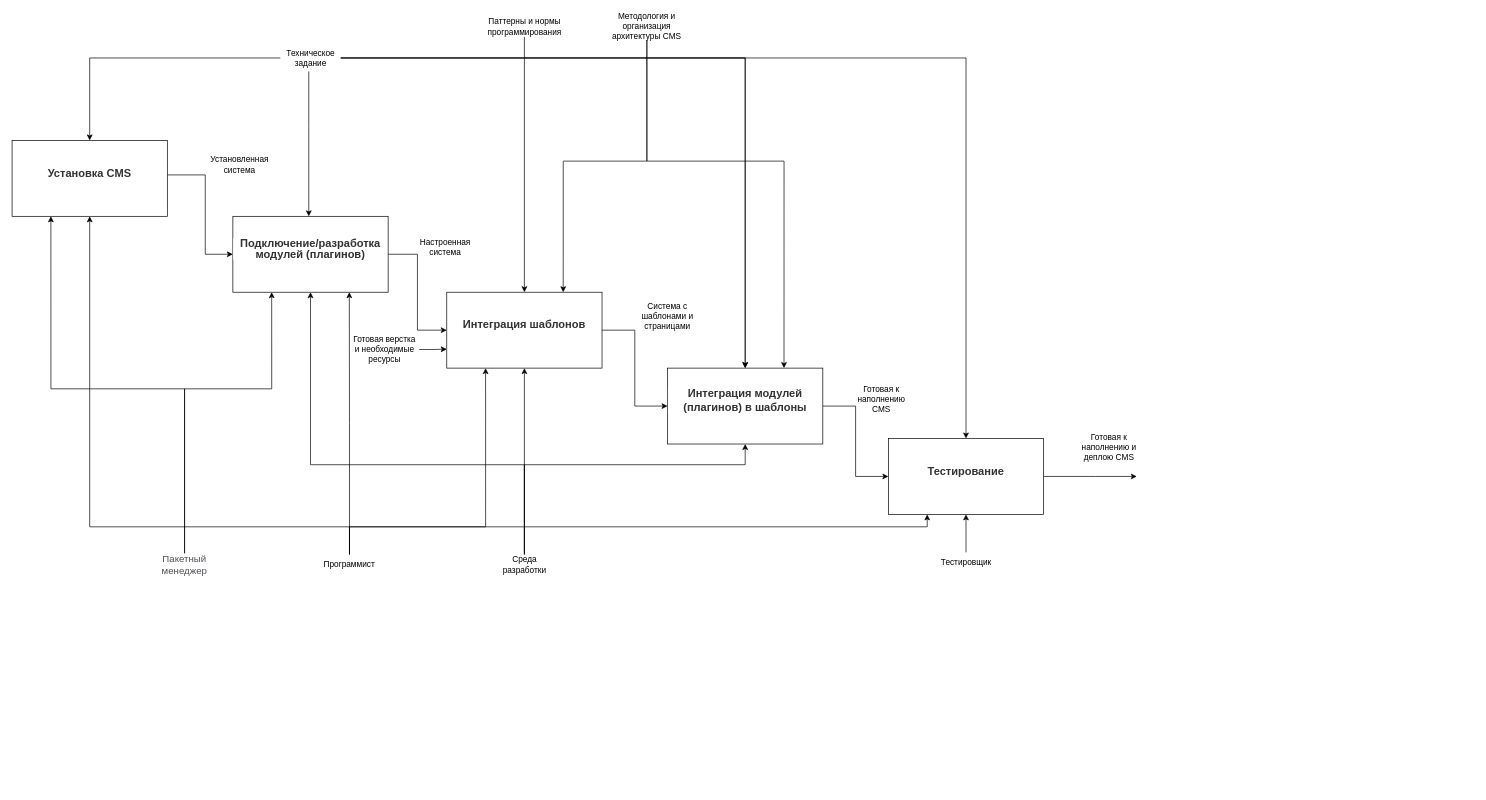
EmilDok/yaaaaaa keeps this draw.io diagram as idfe0.drawio. Above is the earlier version. Source tidied: cells renumbered, new cells numbered last; positions are measured from the earlier drawing's top-left corner, leaving out a move shared by most shapes. Both pictures are drawn from the tidied source at 69%, with x=0, y=0 at pixel (12, 12).
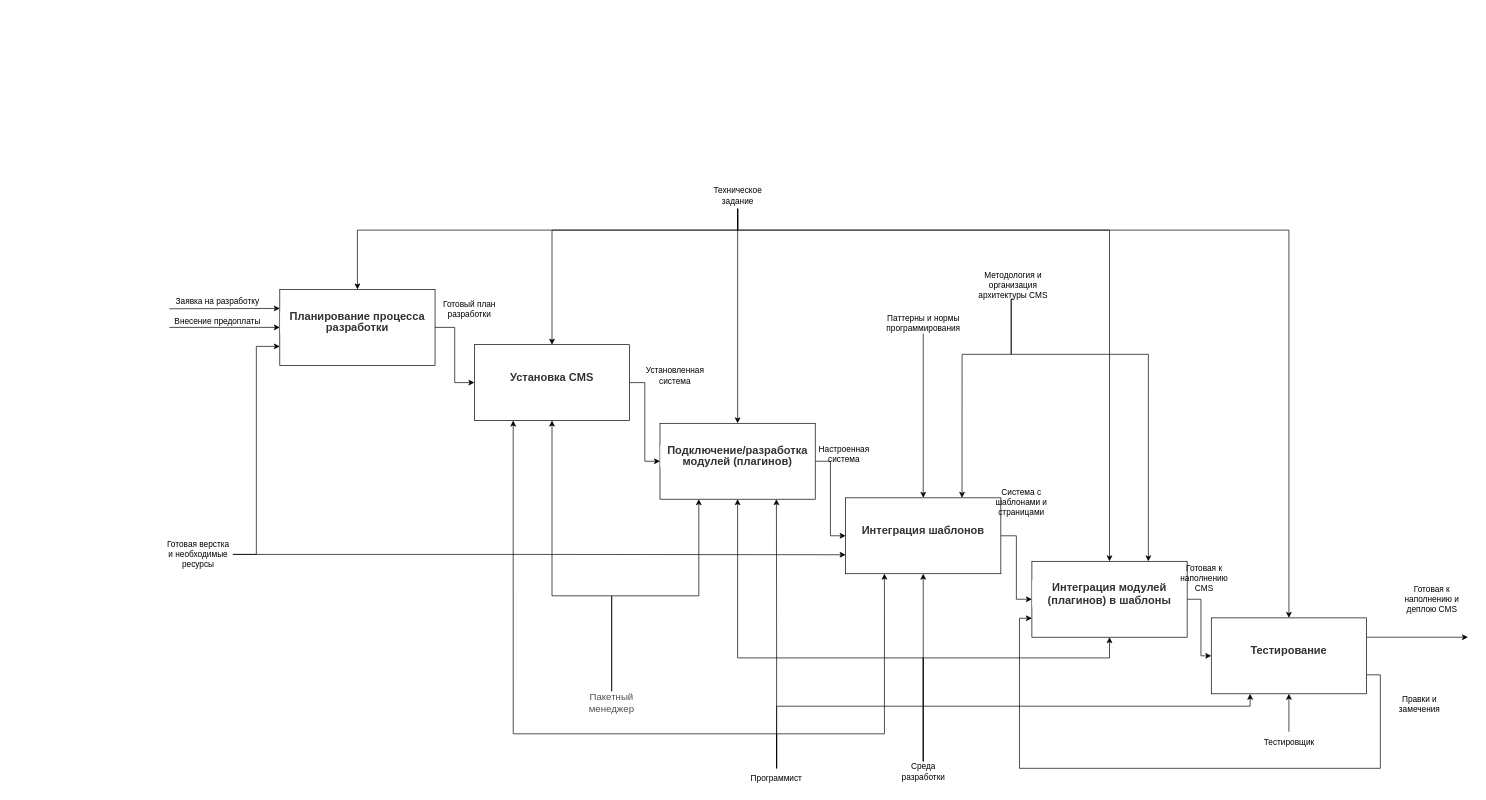
Above is the later version.

What changed in the source:
```diff
@@
-    <mxCell id="2" style="edgeStyle=orthogonalEdgeStyle;rounded=0;jettySize=auto;html=1;" parent="1" edge="1" source="3" target="13">
-      <mxGeometry relative="1" as="geometry">
-        <Array as="points">
-          <mxPoint x="280" y="235" />
-          <mxPoint x="280" y="350" />
-        </Array>
-      </mxGeometry>
+    <mxCell id="2" style="edgeStyle=orthogonalEdgeStyle;rounded=0;jettySize=auto;html=1;entryX=0;entryY=0.5;entryDx=0;entryDy=0;" parent="1" edge="1" source="3" target="13">
+      <mxGeometry relative="1" as="geometry" />
     </mxCell>
     <mxCell id="3" value="&lt;p style=&quot;box-sizing: border-box; margin: 0px 0px 1rem; padding: 0px; font-size: 16px; color: rgb(50, 50, 50); font-family: &amp;quot;Proxima Nova&amp;quot;, Helvetica, Arial, sans-serif; text-align: left; background-color: rgb(255, 255, 255); font-weight: bold !important; line-height: 1;&quot; class=&quot;font-bold&quot;&gt;Установка CMS&lt;/p&gt;" style="rounded=0;whiteSpace=wrap;html=1;" parent="1" vertex="1">
-      <mxGeometry y="185" width="225" height="110" as="geometry" />
+      <mxGeometry x="670" y="481" width="225" height="110" as="geometry" />
     </mxCell>
@@
-    <mxCell id="5" style="edgeStyle=orthogonalEdgeStyle;rounded=0;jettySize=auto;html=1;entryX=0.5;entryY=1;entryDx=0;entryDy=0;fontSize=16;" parent="1" edge="1" source="8" target="3">
+    <mxCell id="5" style="edgeStyle=orthogonalEdgeStyle;rounded=0;jettySize=auto;html=1;entryX=0.25;entryY=1;entryDx=0;entryDy=0;fontSize=16;" parent="1" edge="1" source="8" target="3">
       <mxGeometry relative="1" as="geometry">
         <Array as="points">
-          <mxPoint x="489" y="745" />
-          <mxPoint x="113" y="745" />
+          <mxPoint x="1108" y="1045" />
+          <mxPoint x="726" y="1045" />
         </Array>
       </mxGeometry>
     </mxCell>
     <mxCell id="6" style="edgeStyle=orthogonalEdgeStyle;rounded=0;jettySize=auto;html=1;entryX=0.25;entryY=1;entryDx=0;entryDy=0;fontSize=16;" parent="1" edge="1" source="8" target="16">
       <mxGeometry relative="1" as="geometry">
         <Array as="points">
-          <mxPoint x="489" y="745" />
-          <mxPoint x="686" y="745" />
+          <mxPoint x="1108" y="1045" />
+          <mxPoint x="1264" y="1045" />
         </Array>
       </mxGeometry>
     </mxCell>
     <mxCell id="7" style="edgeStyle=orthogonalEdgeStyle;rounded=0;jettySize=auto;html=1;entryX=0.25;entryY=1;entryDx=0;entryDy=0;fontSize=16;" parent="1" edge="1" source="8" target="20">
       <mxGeometry relative="1" as="geometry">
         <Array as="points">
-          <mxPoint x="489" y="745" />
-          <mxPoint x="1326" y="745" />
+          <mxPoint x="1108" y="1005" />
+          <mxPoint x="1794" y="1005" />
         </Array>
       </mxGeometry>
     </mxCell>
     <mxCell id="8" value="Программист" style="text;html=1;strokeColor=none;fillColor=none;align=center;verticalAlign=middle;whiteSpace=wrap;rounded=0;" parent="1" vertex="1">
-      <mxGeometry x="439" y="785" width="100" height="30" as="geometry" />
+      <mxGeometry x="1058" y="1095" width="100" height="30" as="geometry" />
     </mxCell>
+    <mxCell id="10" style="edgeStyle=orthogonalEdgeStyle;rounded=0;jettySize=auto;html=1;entryX=0.25;entryY=1;entryDx=0;entryDy=0;fontSize=16;" parent="1" edge="1" source="11" target="13">
+      <mxGeometry relative="1" as="geometry">
+        <Array as="points">
+          <mxPoint x="869" y="845" />
+          <mxPoint x="995" y="845" />
+        </Array>
+      </mxGeometry>
+    </mxCell>
-    <mxCell id="9" style="edgeStyle=orthogonalEdgeStyle;rounded=0;jettySize=auto;html=1;entryX=0.25;entryY=1;entryDx=0;entryDy=0;fontSize=16;" parent="1" edge="1" source="11" target="3">
+    <mxCell id="9" style="edgeStyle=orthogonalEdgeStyle;rounded=0;jettySize=auto;html=1;entryX=0.5;entryY=1;entryDx=0;entryDy=0;" parent="1" edge="1" source="11" target="3">
       <mxGeometry relative="1" as="geometry">
         <Array as="points">
-          <mxPoint x="250" y="545" />
-          <mxPoint x="56" y="545" />
+          <mxPoint x="869" y="845" />
+          <mxPoint x="782" y="845" />
         </Array>
       </mxGeometry>
     </mxCell>
-    <mxCell id="10" style="edgeStyle=orthogonalEdgeStyle;rounded=0;jettySize=auto;html=1;entryX=0.25;entryY=1;entryDx=0;entryDy=0;fontSize=16;" parent="1" edge="1" source="11" target="13">
-      <mxGeometry relative="1" as="geometry">
-        <Array as="points">
-          <mxPoint x="250" y="545" />
-          <mxPoint x="376" y="545" />
-        </Array>
-      </mxGeometry>
-    </mxCell>
     <mxCell id="11" value="&lt;span style=&quot;color: rgb(77, 81, 86); font-family: arial, sans-serif; font-size: 14px; text-align: left; background-color: rgb(255, 255, 255);&quot;&gt;Пакетный менеджер&lt;/span&gt;" style="text;html=1;strokeColor=none;fillColor=none;align=center;verticalAlign=middle;whiteSpace=wrap;rounded=0;" parent="1" vertex="1">
-      <mxGeometry x="200" y="785" width="100" height="30" as="geometry" />
+      <mxGeometry x="819" y="985" width="100" height="30" as="geometry" />
     </mxCell>
@@
     <mxCell id="13" value="&lt;p style=&quot;box-sizing: border-box; margin: 0px 0px 1rem; padding: 0px; font-size: 16px; color: rgb(50, 50, 50); font-family: &amp;quot;Proxima Nova&amp;quot;, Helvetica, Arial, sans-serif; background-color: rgb(255, 255, 255); line-height: 1; font-weight: bold !important;&quot; class=&quot;font-bold&quot;&gt;Подключение/разработка модулей (плагинов)&lt;br style=&quot;font-size: 16px;&quot;&gt;&lt;/p&gt;" style="rounded=0;whiteSpace=wrap;html=1;align=center;verticalAlign=middle;fontSize=16;" parent="1" vertex="1">
-      <mxGeometry x="320" y="295" width="225" height="110" as="geometry" />
+      <mxGeometry x="939" y="595" width="225" height="110" as="geometry" />
     </mxCell>
     <mxCell id="14" value="Установленная система" style="text;html=1;strokeColor=none;fillColor=none;align=center;verticalAlign=middle;whiteSpace=wrap;rounded=0;" parent="1" vertex="1">
-      <mxGeometry x="280" y="205" width="100" height="30" as="geometry" />
+      <mxGeometry x="911" y="511" width="100" height="30" as="geometry" />
     </mxCell>
@@
     <mxCell id="16" value="&lt;p style=&quot;box-sizing: border-box; margin: 0px 0px 1rem; padding: 0px; font-size: 16px; color: rgb(50, 50, 50); font-family: &amp;quot;Proxima Nova&amp;quot;, Helvetica, Arial, sans-serif; text-align: left; background-color: rgb(255, 255, 255); font-weight: bold !important;&quot; class=&quot;font-bold&quot;&gt;Интеграция шаблонов&lt;/p&gt;" style="rounded=0;whiteSpace=wrap;html=1;" parent="1" vertex="1">
-      <mxGeometry x="630" y="405" width="225" height="110" as="geometry" />
+      <mxGeometry x="1208" y="703" width="225" height="110" as="geometry" />
     </mxCell>
     <mxCell id="17" style="edgeStyle=orthogonalEdgeStyle;rounded=0;jettySize=auto;html=1;fontSize=16;" parent="1" edge="1" source="18" target="20">
-      <mxGeometry relative="1" as="geometry" />
+      <mxGeometry relative="1" as="geometry">
+        <Array as="points">
+          <mxPoint x="1723" y="850" />
+          <mxPoint x="1723" y="932" />
+        </Array>
+      </mxGeometry>
     </mxCell>
     <mxCell id="18" value="&lt;p style=&quot;box-sizing: border-box; margin: 0px 0px 1rem; padding: 0px; font-size: 16px; color: rgb(50, 50, 50); font-family: &amp;quot;Proxima Nova&amp;quot;, Helvetica, Arial, sans-serif; background-color: rgb(255, 255, 255); font-weight: bold !important;&quot; class=&quot;font-bold&quot;&gt;Интеграция модулей (плагинов) в шаблоны&lt;br&gt;&lt;/p&gt;" style="rounded=0;whiteSpace=wrap;html=1;align=center;" parent="1" vertex="1">
-      <mxGeometry x="950" y="515" width="225" height="110" as="geometry" />
+      <mxGeometry x="1478" y="795" width="225" height="110" as="geometry" />
     </mxCell>
-    <mxCell id="19" style="edgeStyle=orthogonalEdgeStyle;rounded=0;jettySize=auto;html=1;fontSize=16;" parent="1" edge="1" source="20">
+    <mxCell id="19" style="edgeStyle=orthogonalEdgeStyle;rounded=0;jettySize=auto;html=1;fontSize=16;exitX=1;exitY=0.25;exitDx=0;exitDy=0;" parent="1" edge="1" source="20">
       <mxGeometry relative="1" as="geometry">
-        <mxPoint x="1630" y="672" as="targetPoint" />
+        <mxPoint x="2110" y="905" as="targetPoint" />
         <Array as="points">
-          <mxPoint x="1570" y="672" />
-          <mxPoint x="1570" y="672" />
+          <mxPoint x="2110" y="905" />
         </Array>
       </mxGeometry>
     </mxCell>
+    <mxCell id="44" style="edgeStyle=orthogonalEdgeStyle;rounded=0;jettySize=auto;html=1;exitX=1;exitY=0.75;exitDx=0;exitDy=0;entryX=0;entryY=0.75;entryDx=0;entryDy=0;" parent="1" edge="1" source="20" target="18">
+      <mxGeometry relative="1" as="geometry">
+        <Array as="points">
+          <mxPoint x="1983" y="960" />
+          <mxPoint x="1983" y="1095" />
+          <mxPoint x="1460" y="1095" />
+          <mxPoint x="1460" y="878" />
+        </Array>
+      </mxGeometry>
+    </mxCell>
     <mxCell id="20" value="&lt;p style=&quot;box-sizing: border-box; margin: 0px 0px 1rem; padding: 0px; font-size: 16px; color: rgb(50, 50, 50); font-family: &amp;quot;Proxima Nova&amp;quot;, Helvetica, Arial, sans-serif; text-align: left; background-color: rgb(255, 255, 255); font-weight: bold !important;&quot; class=&quot;font-bold&quot;&gt;Тестирование&lt;br&gt;&lt;/p&gt;" style="rounded=0;whiteSpace=wrap;html=1;" parent="1" vertex="1">
-      <mxGeometry x="1270" y="617" width="225" height="110" as="geometry" />
+      <mxGeometry x="1738" y="877" width="225" height="110" as="geometry" />
     </mxCell>
     <mxCell id="21" value="Настроенная&lt;br&gt;система" style="text;html=1;strokeColor=none;fillColor=none;align=center;verticalAlign=middle;whiteSpace=wrap;rounded=0;" parent="1" vertex="1">
-      <mxGeometry x="577.5" y="325" width="100" height="30" as="geometry" />
+      <mxGeometry x="1155.5" y="625" width="100" height="30" as="geometry" />
     </mxCell>
-    <mxCell id="22" style="edgeStyle=orthogonalEdgeStyle;rounded=0;jettySize=auto;html=1;fontSize=16;" parent="1" edge="1" source="27" target="13">
+    <mxCell id="22" style="edgeStyle=orthogonalEdgeStyle;rounded=0;jettySize=auto;html=1;fontSize=16;exitX=0.5;exitY=1;exitDx=0;exitDy=0;" parent="1" edge="1" source="27" target="13">
       <mxGeometry relative="1" as="geometry">
         <Array as="points">
-          <mxPoint x="430" y="165" />
-          <mxPoint x="430" y="165" />
+          <mxPoint x="1051" y="284" />
         </Array>
       </mxGeometry>
     </mxCell>
-    <mxCell id="23" style="edgeStyle=orthogonalEdgeStyle;rounded=0;jettySize=auto;html=1;entryX=0.5;entryY=0;entryDx=0;entryDy=0;fontSize=16;" parent="1" edge="1" source="27" target="20">
-      <mxGeometry relative="1" as="geometry" />
+    <mxCell id="23" style="edgeStyle=orthogonalEdgeStyle;rounded=0;jettySize=auto;html=1;entryX=0.5;entryY=0;entryDx=0;entryDy=0;fontSize=16;exitX=0.5;exitY=1;exitDx=0;exitDy=0;" parent="1" edge="1" source="27" target="20">
+      <mxGeometry relative="1" as="geometry">
+        <Array as="points">
+          <mxPoint x="1051" y="315" />
+          <mxPoint x="1850" y="315" />
+        </Array>
+      </mxGeometry>
     </mxCell>
-    <mxCell id="24" style="edgeStyle=orthogonalEdgeStyle;rounded=0;jettySize=auto;html=1;entryX=0.5;entryY=0;entryDx=0;entryDy=0;fontSize=16;" parent="1" edge="1" source="27" target="18">
-      <mxGeometry relative="1" as="geometry" />
-    </mxCell>
-    <mxCell id="25" style="edgeStyle=orthogonalEdgeStyle;rounded=0;jettySize=auto;html=1;entryX=0.5;entryY=0;entryDx=0;entryDy=0;fontSize=16;" parent="1" edge="1" source="27" target="18">
-      <mxGeometry relative="1" as="geometry" />
+    <mxCell id="25" style="edgeStyle=orthogonalEdgeStyle;rounded=0;jettySize=auto;html=1;entryX=0.5;entryY=0;entryDx=0;entryDy=0;fontSize=16;exitX=0.5;exitY=1;exitDx=0;exitDy=0;" parent="1" edge="1" source="27" target="18">
+      <mxGeometry relative="1" as="geometry">
+        <Array as="points">
+          <mxPoint x="1051" y="315" />
+          <mxPoint x="1591" y="315" />
+        </Array>
+      </mxGeometry>
     </mxCell>
-    <mxCell id="26" style="edgeStyle=orthogonalEdgeStyle;rounded=0;jettySize=auto;html=1;entryX=0.5;entryY=0;entryDx=0;entryDy=0;fontSize=16;" parent="1" edge="1" source="27" target="3">
-      <mxGeometry relative="1" as="geometry" />
+    <mxCell id="26" style="edgeStyle=orthogonalEdgeStyle;rounded=0;jettySize=auto;html=1;entryX=0.5;entryY=0;entryDx=0;entryDy=0;fontSize=16;exitX=0.5;exitY=1;exitDx=0;exitDy=0;" parent="1" edge="1" source="27" target="3">
+      <mxGeometry relative="1" as="geometry">
+        <Array as="points">
+          <mxPoint x="1051" y="315" />
+          <mxPoint x="783" y="315" />
+        </Array>
+      </mxGeometry>
     </mxCell>
+    <mxCell id="45" style="edgeStyle=orthogonalEdgeStyle;rounded=0;jettySize=auto;html=1;entryX=0.5;entryY=0;entryDx=0;entryDy=0;exitX=0.5;exitY=1;exitDx=0;exitDy=0;" parent="1" edge="1" source="27" target="48">
+      <mxGeometry relative="1" as="geometry">
+        <Array as="points">
+          <mxPoint x="1051" y="315" />
+          <mxPoint x="501" y="315" />
+        </Array>
+      </mxGeometry>
+    </mxCell>
     <mxCell id="27" value="Техническое задание" style="text;html=1;strokeColor=none;fillColor=none;align=center;verticalAlign=middle;whiteSpace=wrap;rounded=0;" parent="1" vertex="1">
-      <mxGeometry x="388.8" y="46" width="87.5" height="39" as="geometry" />
+      <mxGeometry x="1007.8" y="245" width="87.5" height="39" as="geometry" />
     </mxCell>
-    <mxCell id="28" style="edgeStyle=orthogonalEdgeStyle;rounded=0;jettySize=auto;html=1;entryX=0.5;entryY=0;entryDx=0;entryDy=0;fontSize=16;" parent="1" edge="1" source="29" target="16">
+    <mxCell id="28" style="edgeStyle=orthogonalEdgeStyle;rounded=0;jettySize=auto;html=1;entryX=0.5;entryY=0;entryDx=0;entryDy=0;" parent="1" edge="1" source="29" target="16">
       <mxGeometry relative="1" as="geometry" />
     </mxCell>
     <mxCell id="29" value="Паттерны и нормы программирования" style="text;html=1;strokeColor=none;fillColor=none;align=center;verticalAlign=middle;whiteSpace=wrap;rounded=0;" parent="1" vertex="1">
-      <mxGeometry x="677.5" y="5" width="130" height="30" as="geometry" />
+      <mxGeometry x="1255.5" y="435" width="130" height="30" as="geometry" />
     </mxCell>
     <mxCell id="30" value="Система с шаблонами и страницами" style="text;html=1;strokeColor=none;fillColor=none;align=center;verticalAlign=middle;whiteSpace=wrap;rounded=0;" parent="1" vertex="1">
-      <mxGeometry x="900" y="425" width="100" height="30" as="geometry" />
+      <mxGeometry x="1413" y="695" width="100" height="30" as="geometry" />
     </mxCell>
     <mxCell id="31" value="Готовая к наполнению CMS" style="text;html=1;strokeColor=none;fillColor=none;align=center;verticalAlign=middle;whiteSpace=wrap;rounded=0;" parent="1" vertex="1">
-      <mxGeometry x="1210" y="545" width="100" height="30" as="geometry" />
+      <mxGeometry x="1678" y="805" width="100" height="30" as="geometry" />
     </mxCell>
     <mxCell id="32" value="Готовая к наполнению и деплою CMS" style="text;html=1;strokeColor=none;fillColor=none;align=center;verticalAlign=middle;whiteSpace=wrap;rounded=0;" parent="1" vertex="1">
-      <mxGeometry x="1540" y="615" width="100" height="30" as="geometry" />
+      <mxGeometry x="2008" y="835" width="100" height="30" as="geometry" />
     </mxCell>
@@
     <mxCell id="34" value="Тестировщик" style="text;html=1;strokeColor=none;fillColor=none;align=center;verticalAlign=middle;whiteSpace=wrap;rounded=0;" parent="1" vertex="1">
-      <mxGeometry x="1332.5" y="782" width="100" height="30" as="geometry" />
+      <mxGeometry x="1800.5" y="1042" width="100" height="30" as="geometry" />
     </mxCell>
@@
+    <mxCell id="46" style="edgeStyle=orthogonalEdgeStyle;rounded=0;jettySize=auto;html=1;entryX=0;entryY=0.75;entryDx=0;entryDy=0;" parent="1" edge="1" source="36" target="48">
+      <mxGeometry relative="1" as="geometry" />
+    </mxCell>
     <mxCell id="36" value="Готовая верстка и необходимые ресурсы" style="text;html=1;strokeColor=none;fillColor=none;align=center;verticalAlign=middle;whiteSpace=wrap;rounded=0;" parent="1" vertex="1">
-      <mxGeometry x="490" y="473" width="100" height="30" as="geometry" />
+      <mxGeometry x="220" y="770" width="100" height="30" as="geometry" />
     </mxCell>
-    <mxCell id="37" style="edgeStyle=orthogonalEdgeStyle;rounded=0;jettySize=auto;html=1;entryX=0.75;entryY=0;entryDx=0;entryDy=0;fontSize=16;" parent="1" edge="1" source="39" target="16">
+    <mxCell id="37" style="edgeStyle=orthogonalEdgeStyle;rounded=0;jettySize=auto;html=1;entryX=0.75;entryY=0;entryDx=0;entryDy=0;fontSize=16;exitX=0.5;exitY=1;exitDx=0;exitDy=0;" parent="1" edge="1" source="39" target="16">
       <mxGeometry relative="1" as="geometry">
         <Array as="points">
-          <mxPoint x="920" y="215" />
-          <mxPoint x="799" y="215" />
+          <mxPoint x="1448" y="495" />
+          <mxPoint x="1377" y="495" />
         </Array>
       </mxGeometry>
     </mxCell>
-    <mxCell id="38" style="edgeStyle=orthogonalEdgeStyle;rounded=0;jettySize=auto;html=1;entryX=0.75;entryY=0;entryDx=0;entryDy=0;fontSize=16;" parent="1" edge="1" source="39" target="18">
+    <mxCell id="38" style="edgeStyle=orthogonalEdgeStyle;rounded=0;jettySize=auto;html=1;entryX=0.75;entryY=0;entryDx=0;entryDy=0;fontSize=16;exitX=0.5;exitY=1;exitDx=0;exitDy=0;" parent="1" edge="1" source="39" target="18">
       <mxGeometry relative="1" as="geometry">
         <Array as="points">
-          <mxPoint x="920" y="215" />
-          <mxPoint x="1119" y="215" />
+          <mxPoint x="1448" y="495" />
+          <mxPoint x="1647" y="495" />
         </Array>
       </mxGeometry>
     </mxCell>
     <mxCell id="39" value="Методология и организация архитектуры CMS" style="text;html=1;strokeColor=none;fillColor=none;align=center;verticalAlign=middle;whiteSpace=wrap;rounded=0;" parent="1" vertex="1">
-      <mxGeometry x="855" width="130" height="40" as="geometry" />
+      <mxGeometry x="1385.5" y="375" width="130" height="40" as="geometry" />
     </mxCell>
@@
     <mxCell id="41" style="edgeStyle=orthogonalEdgeStyle;rounded=0;jettySize=auto;html=1;entryX=0.5;entryY=1;entryDx=0;entryDy=0;fontSize=16;" parent="1" edge="1" source="43" target="13">
       <mxGeometry relative="1" as="geometry">
         <Array as="points">
-          <mxPoint x="743" y="655" />
-          <mxPoint x="433" y="655" />
+          <mxPoint x="1321" y="935" />
+          <mxPoint x="1052" y="935" />
         </Array>
       </mxGeometry>
     </mxCell>
     <mxCell id="42" style="edgeStyle=orthogonalEdgeStyle;rounded=0;jettySize=auto;html=1;entryX=0.5;entryY=1;entryDx=0;entryDy=0;fontSize=16;" parent="1" edge="1" source="43" target="18">
       <mxGeometry relative="1" as="geometry">
         <Array as="points">
-          <mxPoint x="743" y="655" />
-          <mxPoint x="1063" y="655" />
+          <mxPoint x="1321" y="935" />
+          <mxPoint x="1591" y="935" />
         </Array>
       </mxGeometry>
     </mxCell>
     <mxCell id="43" value="Среда разработки&lt;br&gt;" style="text;html=1;strokeColor=none;fillColor=none;align=center;verticalAlign=middle;whiteSpace=wrap;rounded=0;" parent="1" vertex="1">
-      <mxGeometry x="692.5" y="785" width="100" height="30" as="geometry" />
+      <mxGeometry x="1270.5" y="1085" width="100" height="30" as="geometry" />
     </mxCell>
+    <mxCell id="47" style="edgeStyle=orthogonalEdgeStyle;rounded=0;jettySize=auto;html=1;entryX=0;entryY=0.5;entryDx=0;entryDy=0;" parent="1" edge="1" source="48" target="3">
+      <mxGeometry relative="1" as="geometry" />
+    </mxCell>
+    <mxCell id="48" value="&lt;p style=&quot;box-sizing: border-box; margin: 0px 0px 1rem; padding: 0px; font-size: 16px; color: rgb(50, 50, 50); font-family: &amp;quot;Proxima Nova&amp;quot;, Helvetica, Arial, sans-serif; background-color: rgb(255, 255, 255); line-height: 1; font-weight: bold !important;&quot; class=&quot;font-bold&quot;&gt;Планирование процесса разработки&lt;/p&gt;" style="rounded=0;whiteSpace=wrap;html=1;align=center;" parent="1" vertex="1">
+      <mxGeometry x="388" y="401" width="225" height="110" as="geometry" />
+    </mxCell>
+    <mxCell id="49" style="endArrow=classic;html=1;rounded=0;entryX=0;entryY=0.5;entryDx=0;entryDy=0;" parent="1" edge="1" target="48">
+      <mxGeometry relative="1" as="geometry">
+        <mxPoint x="228" y="456" as="sourcePoint" />
+      </mxGeometry>
+    </mxCell>
+    <mxCell id="50" style="endArrow=classic;html=1;rounded=0;entryX=0;entryY=0.25;entryDx=0;entryDy=0;" parent="1" edge="1" target="48">
+      <mxGeometry relative="1" as="geometry">
+        <mxPoint x="228" y="429" as="sourcePoint" />
+      </mxGeometry>
+    </mxCell>
+    <mxCell id="51" value="Готовый план&lt;br&gt;разработки" style="text;html=1;strokeColor=none;fillColor=none;align=center;verticalAlign=middle;whiteSpace=wrap;rounded=0;" parent="1" vertex="1">
+      <mxGeometry x="613" y="415" width="100" height="30" as="geometry" />
+    </mxCell>
+    <mxCell id="52" value="Заявка на разработку" style="text;html=1;strokeColor=none;fillColor=none;align=center;verticalAlign=middle;whiteSpace=wrap;rounded=0;" parent="1" vertex="1">
+      <mxGeometry x="228" y="404" width="140" height="30" as="geometry" />
+    </mxCell>
+    <mxCell id="53" value="Внесение предоплаты" style="text;html=1;strokeColor=none;fillColor=none;align=center;verticalAlign=middle;whiteSpace=wrap;rounded=0;" parent="1" vertex="1">
+      <mxGeometry x="228" y="433" width="140" height="30" as="geometry" />
+    </mxCell>
+    <mxCell id="54" value="Правки и замечения" style="text;html=1;strokeColor=none;fillColor=none;align=center;verticalAlign=middle;whiteSpace=wrap;rounded=0;" parent="1" vertex="1">
+      <mxGeometry x="1990" y="987" width="100" height="30" as="geometry" />
+    </mxCell>
```
